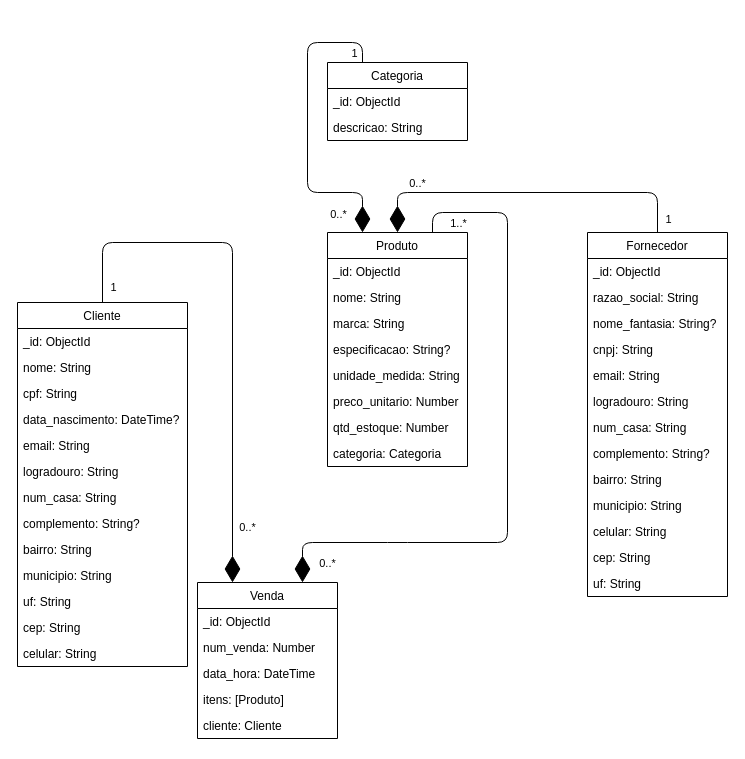
The draw.io diagram docs/NoAM.drawio in faustocintra/bn-not-2024-2, before the edit. Source tidied: cells renumbered, new cells numbered last; positions are measured from the earlier drawing's top-left corner, leaving out a move shared by most shapes. Both pictures are drawn from the tidied source at 100%, with x=0, y=0 at pixel (17, 42).
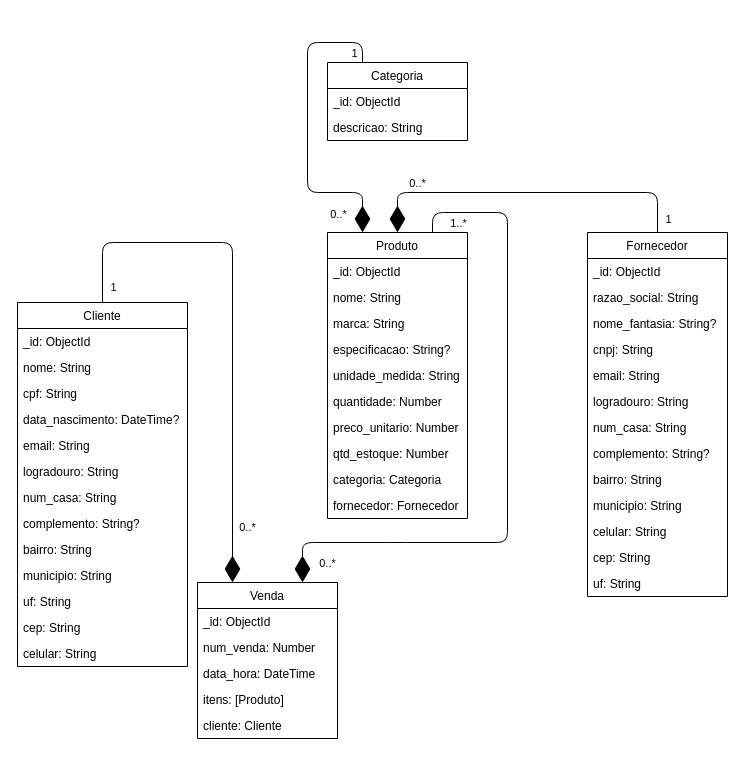
Above is the later version.

The edit, as a diff of the source:
```diff
@@
     <mxCell id="16" value="Produto" style="swimlane;fontStyle=0;horizontal=1;startSize=26;fillColor=none;" parent="1" vertex="1">
-      <mxGeometry x="310" y="190" width="140" height="234" as="geometry" />
+      <mxGeometry x="310" y="190" width="140" height="286" as="geometry" />
     </mxCell>
@@
+    <mxCell id="60" value="quantidade: Number" style="text;strokeColor=none;fillColor=none;align=left;verticalAlign=top;spacingLeft=4;spacingRight=4;overflow=hidden;" parent="16" vertex="1">
+      <mxGeometry y="156" width="140" height="26" as="geometry" />
+    </mxCell>
     <mxCell id="22" value="preco_unitario: Number" style="text;strokeColor=none;fillColor=none;align=left;verticalAlign=top;spacingLeft=4;spacingRight=4;overflow=hidden;" parent="16" vertex="1">
-      <mxGeometry y="156" width="140" height="26" as="geometry" />
+      <mxGeometry y="182" width="140" height="26" as="geometry" />
     </mxCell>
     <mxCell id="23" value="qtd_estoque: Number" style="text;strokeColor=none;fillColor=none;align=left;verticalAlign=top;spacingLeft=4;spacingRight=4;overflow=hidden;" parent="16" vertex="1">
-      <mxGeometry y="182" width="140" height="26" as="geometry" />
+      <mxGeometry y="208" width="140" height="26" as="geometry" />
     </mxCell>
     <mxCell id="24" value="categoria: Categoria" style="text;strokeColor=none;fillColor=none;align=left;verticalAlign=top;spacingLeft=4;spacingRight=4;overflow=hidden;" parent="16" vertex="1">
-      <mxGeometry y="208" width="140" height="26" as="geometry" />
+      <mxGeometry y="234" width="140" height="26" as="geometry" />
     </mxCell>
+    <mxCell id="61" value="fornecedor: Fornecedor" style="text;strokeColor=none;fillColor=none;align=left;verticalAlign=top;spacingLeft=4;spacingRight=4;overflow=hidden;" parent="16" vertex="1">
+      <mxGeometry y="260" width="140" height="26" as="geometry" />
+    </mxCell>
```
